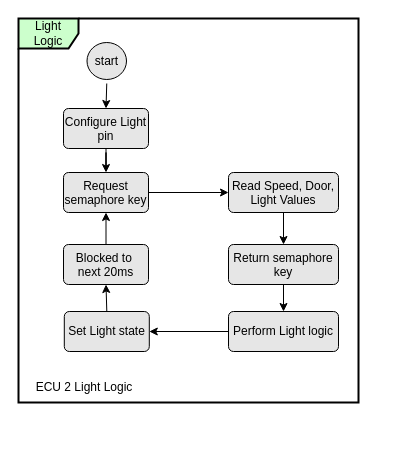
The draw.io diagram page "Light_Logic" (8 of 9) of 2-Dynamic_Deesign_State_Machine_Diagram.drawio in Mohamed-abdullah-hassan/EG-FWD_Automotive_door_control, before the edit. Source tidied: cells renumbered, new cells numbered last; positions are measured from the earlier drawing's top-left corner, leaving out a move shared by most shapes. Both pictures are drawn from the tidied source at 100%, with x=0, y=0 at pixel (18, 18).
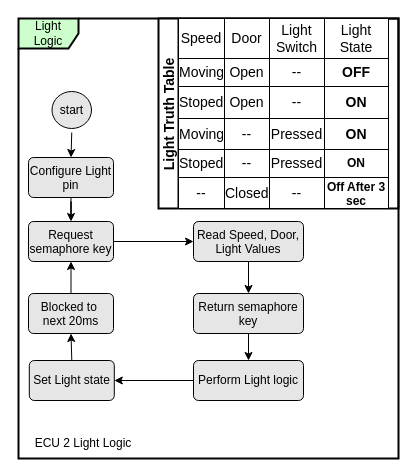
After the change.

Commit message (it also covers changes not shown here):
Added truth table for buzzer and light logic

What changed in the source:
```diff
@@
     <mxCell id="2" value="Light Logic" style="shape=umlFrame;whiteSpace=wrap;fillColor=#CCFFCC;strokeWidth=2;" parent="1" vertex="1">
-      <mxGeometry width="340" height="384" as="geometry" />
+      <mxGeometry width="380" height="440" as="geometry" />
     </mxCell>
+    <mxCell id="4" value="start" style="ellipse;html=1;shape=startState;fillColor=#E6E6E6;" parent="2" vertex="1">
+      <mxGeometry x="29.5" y="69" width="47.5" height="45" as="geometry" />
+    </mxCell>
+    <mxCell id="6" value="&lt;span style=&quot;&quot;&gt;Configure Light pin&lt;/span&gt;" style="html=1;align=center;verticalAlign=top;rounded=1;absoluteArcSize=1;arcSize=10;dashed=0;fillColor=#E6E6E6;whiteSpace=wrap;" parent="2" vertex="1">
+      <mxGeometry x="10" y="139" width="85" height="40" as="geometry" />
+    </mxCell>
@@
-    <mxCell id="4" value="start" style="ellipse;html=1;shape=startState;fillColor=#E6E6E6;" parent="2" vertex="1">
-      <mxGeometry x="64.5" y="20" width="47.5" height="45" as="geometry" />
-    </mxCell>
-    <mxCell id="5" style="edgeStyle=orthogonalEdgeStyle;rounded=0;jettySize=auto;html=1;" parent="2" edge="1" source="6" target="11">
-      <mxGeometry relative="1" as="geometry" />
-    </mxCell>
-    <mxCell id="6" value="&lt;span style=&quot;&quot;&gt;Configure Light pin&lt;/span&gt;" style="html=1;align=center;verticalAlign=top;rounded=1;absoluteArcSize=1;arcSize=10;dashed=0;fillColor=#E6E6E6;whiteSpace=wrap;" parent="2" vertex="1">
-      <mxGeometry x="45" y="90" width="85" height="40" as="geometry" />
-    </mxCell>
     <mxCell id="7" value="Read Speed, Door, Light Values" style="html=1;align=center;verticalAlign=top;rounded=1;absoluteArcSize=1;arcSize=10;dashed=0;fillColor=#E6E6E6;strokeColor=rgb(0, 0, 0);fontColor=rgb(0, 0, 0);whiteSpace=wrap;" parent="2" vertex="1">
-      <mxGeometry x="210" y="154" width="110" height="40" as="geometry" />
+      <mxGeometry x="175" y="203" width="110" height="40" as="geometry" />
     </mxCell>
-    <mxCell id="8" style="edgeStyle=orthogonalEdgeStyle;rounded=0;jettySize=auto;html=1;exitX=0.5;exitY=0;exitDx=0;exitDy=0;entryX=0.5;entryY=1;entryDx=0;entryDy=0;" parent="2" edge="1" source="9" target="11">
-      <mxGeometry relative="1" as="geometry" />
-    </mxCell>
     <mxCell id="9" value="Blocked to&amp;nbsp; next 20ms" style="html=1;align=center;verticalAlign=top;rounded=1;absoluteArcSize=1;arcSize=10;dashed=0;fillColor=#E6E6E6;strokeColor=rgb(0, 0, 0);fontColor=rgb(0, 0, 0);whiteSpace=wrap;" parent="2" vertex="1">
-      <mxGeometry x="45" y="226" width="85" height="40" as="geometry" />
+      <mxGeometry x="10" y="275" width="85" height="40" as="geometry" />
     </mxCell>
@@
     <mxCell id="11" value="Request semaphore key" style="html=1;align=center;verticalAlign=top;rounded=1;absoluteArcSize=1;arcSize=10;dashed=0;fillColor=#E6E6E6;whiteSpace=wrap;strokeColor=rgb(0, 0, 0);fontColor=rgb(0, 0, 0);" parent="2" vertex="1">
-      <mxGeometry x="45" y="154" width="85" height="40" as="geometry" />
+      <mxGeometry x="10" y="203" width="85" height="40" as="geometry" />
     </mxCell>
+    <mxCell id="5" style="edgeStyle=orthogonalEdgeStyle;rounded=0;jettySize=auto;html=1;" parent="2" edge="1" source="6" target="11">
+      <mxGeometry relative="1" as="geometry" />
+    </mxCell>
+    <mxCell id="8" style="edgeStyle=orthogonalEdgeStyle;rounded=0;jettySize=auto;html=1;exitX=0.5;exitY=0;exitDx=0;exitDy=0;entryX=0.5;entryY=1;entryDx=0;entryDy=0;" parent="2" edge="1" source="9" target="11">
+      <mxGeometry relative="1" as="geometry" />
+    </mxCell>
@@
     <mxCell id="13" value="Set Light state" style="html=1;align=center;verticalAlign=middle;rounded=1;absoluteArcSize=1;arcSize=10;dashed=0;fillColor=#E6E6E6;strokeColor=rgb(0, 0, 0);fontColor=rgb(0, 0, 0);whiteSpace=wrap;" parent="2" vertex="1">
-      <mxGeometry x="45.8" y="293" width="85" height="40" as="geometry" />
+      <mxGeometry x="10.8" y="342" width="85" height="40" as="geometry" />
     </mxCell>
     <mxCell id="14" value="Return semaphore key" style="html=1;align=center;verticalAlign=top;rounded=1;absoluteArcSize=1;arcSize=10;dashed=0;fillColor=#E6E6E6;strokeColor=rgb(0, 0, 0);fontColor=rgb(0, 0, 0);whiteSpace=wrap;" parent="2" vertex="1">
-      <mxGeometry x="210" y="226" width="110" height="40" as="geometry" />
+      <mxGeometry x="175" y="275" width="110" height="40" as="geometry" />
     </mxCell>
@@
     <mxCell id="16" value="Perform Light logic" style="html=1;align=center;verticalAlign=middle;rounded=1;absoluteArcSize=1;arcSize=10;dashed=0;fillColor=#E6E6E6;strokeColor=rgb(0, 0, 0);fontColor=rgb(0, 0, 0);whiteSpace=wrap;" parent="2" vertex="1">
-      <mxGeometry x="210" y="293" width="110" height="40" as="geometry" />
+      <mxGeometry x="175" y="342" width="110" height="40" as="geometry" />
     </mxCell>
@@
     <mxCell id="19" value="ECU 2 Light Logic" style="text;html=1;align=center;verticalAlign=middle;whiteSpace=wrap;rounded=0;" parent="2" vertex="1">
-      <mxGeometry x="0.8" y="354" width="130" height="30" as="geometry" />
+      <mxGeometry y="410" width="130" height="30" as="geometry" />
     </mxCell>
+    <mxCell id="20" value="Light Truth Table" style="swimlane;horizontal=0;strokeWidth=2;fontSize=14;startSize=20;" parent="2" vertex="1">
+      <mxGeometry x="140" width="240" height="190" as="geometry" />
+    </mxCell>
+    <mxCell id="21" style="shape=table;startSize=0;childLayout=tableLayout;strokeWidth=1;fontSize=14;" parent="20" vertex="1">
+      <mxGeometry x="20" width="210" height="190" as="geometry" />
+    </mxCell>
+    <mxCell id="22" style="shape=tableRow;horizontal=0;startSize=0;swimlaneHead=0;swimlaneBody=0;top=0;left=0;bottom=0;right=0;fillColor=none;strokeWidth=1;fontSize=14;" parent="21" vertex="1">
+      <mxGeometry width="210" height="40" as="geometry" />
+    </mxCell>
+    <mxCell id="23" value="Speed" style="shape=partialRectangle;html=1;whiteSpace=wrap;overflow=hidden;fillColor=none;top=0;left=0;bottom=0;right=0;strokeWidth=1;fontSize=14;startSize=0;" parent="22" vertex="1">
+      <mxGeometry width="46" height="40" as="geometry" />
+    </mxCell>
+    <mxCell id="24" value="Door" style="shape=partialRectangle;html=1;whiteSpace=wrap;overflow=hidden;fillColor=none;top=0;left=0;bottom=0;right=0;strokeWidth=1;fontSize=14;startSize=0;" parent="22" vertex="1">
+      <mxGeometry x="46" width="45" height="40" as="geometry" />
+    </mxCell>
+    <mxCell id="25" value="Light&lt;br&gt;Switch" style="shape=partialRectangle;html=1;whiteSpace=wrap;overflow=hidden;fillColor=none;top=0;left=0;bottom=0;right=0;strokeWidth=1;fontSize=14;startSize=0;" parent="22" vertex="1">
+      <mxGeometry x="91" width="55" height="40" as="geometry" />
+    </mxCell>
+    <mxCell id="26" value="Light&lt;br&gt;State" style="shape=partialRectangle;html=1;whiteSpace=wrap;overflow=hidden;fillColor=none;top=0;left=0;bottom=0;right=0;strokeWidth=1;fontSize=14;startSize=0;" parent="22" vertex="1">
+      <mxGeometry x="146" width="64" height="40" as="geometry" />
+    </mxCell>
+    <mxCell id="27" style="shape=tableRow;horizontal=0;startSize=0;swimlaneHead=0;swimlaneBody=0;top=0;left=0;bottom=0;right=0;fillColor=none;strokeWidth=1;fontSize=14;" parent="21" vertex="1">
+      <mxGeometry y="40" width="210" height="28" as="geometry" />
+    </mxCell>
+    <mxCell id="28" value="Moving" style="shape=partialRectangle;html=1;whiteSpace=wrap;overflow=hidden;fillColor=none;top=0;left=0;bottom=0;right=0;strokeWidth=1;fontSize=14;startSize=0;" parent="27" vertex="1">
+      <mxGeometry width="46" height="28" as="geometry" />
+    </mxCell>
+    <mxCell id="29" value="Open" style="shape=partialRectangle;html=1;whiteSpace=wrap;overflow=hidden;fillColor=none;top=0;left=0;bottom=0;right=0;strokeWidth=1;fontSize=14;startSize=0;" parent="27" vertex="1">
+      <mxGeometry x="46" width="45" height="28" as="geometry" />
+    </mxCell>
+    <mxCell id="30" value="--" style="shape=partialRectangle;html=1;whiteSpace=wrap;overflow=hidden;fillColor=none;top=0;left=0;bottom=0;right=0;strokeWidth=1;fontSize=14;startSize=0;" parent="27" vertex="1">
+      <mxGeometry x="91" width="55" height="28" as="geometry" />
+    </mxCell>
+    <mxCell id="31" value="OFF" style="shape=partialRectangle;html=1;whiteSpace=wrap;overflow=hidden;fillColor=none;top=0;left=0;bottom=0;right=0;strokeWidth=1;fontSize=14;startSize=0;fontStyle=1;" parent="27" vertex="1">
+      <mxGeometry x="146" width="64" height="28" as="geometry" />
+    </mxCell>
+    <mxCell id="32" style="shape=tableRow;horizontal=0;startSize=0;swimlaneHead=0;swimlaneBody=0;top=0;left=0;bottom=0;right=0;fillColor=none;strokeWidth=1;fontSize=14;" parent="21" vertex="1">
+      <mxGeometry y="68" width="210" height="32" as="geometry" />
+    </mxCell>
+    <mxCell id="33" value="Stoped" style="shape=partialRectangle;html=1;whiteSpace=wrap;overflow=hidden;fillColor=none;top=0;left=0;bottom=0;right=0;strokeWidth=1;fontSize=14;startSize=0;" parent="32" vertex="1">
+      <mxGeometry width="46" height="32" as="geometry" />
+    </mxCell>
+    <mxCell id="34" value="Open" style="shape=partialRectangle;html=1;whiteSpace=wrap;overflow=hidden;fillColor=none;top=0;left=0;bottom=0;right=0;strokeWidth=1;fontSize=14;startSize=0;" parent="32" vertex="1">
+      <mxGeometry x="46" width="45" height="32" as="geometry" />
+    </mxCell>
+    <mxCell id="35" value="--" style="shape=partialRectangle;html=1;whiteSpace=wrap;overflow=hidden;fillColor=none;top=0;left=0;bottom=0;right=0;strokeWidth=1;fontSize=14;startSize=0;" parent="32" vertex="1">
+      <mxGeometry x="91" width="55" height="32" as="geometry" />
+    </mxCell>
+    <mxCell id="36" value="ON" style="shape=partialRectangle;html=1;whiteSpace=wrap;overflow=hidden;fillColor=none;top=0;left=0;bottom=0;right=0;strokeWidth=1;fontSize=14;startSize=0;fontStyle=1;" parent="32" vertex="1">
+      <mxGeometry x="146" width="64" height="32" as="geometry" />
+    </mxCell>
+    <mxCell id="37" style="shape=tableRow;horizontal=0;startSize=0;swimlaneHead=0;swimlaneBody=0;top=0;left=0;bottom=0;right=0;fillColor=none;strokeWidth=1;fontSize=14;" parent="21" vertex="1">
+      <mxGeometry y="100" width="210" height="31" as="geometry" />
+    </mxCell>
+    <mxCell id="38" value="Moving" style="shape=partialRectangle;html=1;whiteSpace=wrap;overflow=hidden;fillColor=none;top=0;left=0;bottom=0;right=0;strokeWidth=1;fontSize=14;startSize=0;" parent="37" vertex="1">
+      <mxGeometry width="46" height="31" as="geometry" />
+    </mxCell>
+    <mxCell id="39" value="--" style="shape=partialRectangle;html=1;whiteSpace=wrap;overflow=hidden;fillColor=none;top=0;left=0;bottom=0;right=0;strokeWidth=1;fontSize=14;startSize=0;" parent="37" vertex="1">
+      <mxGeometry x="46" width="45" height="31" as="geometry" />
+    </mxCell>
+    <mxCell id="40" value="Pressed" style="shape=partialRectangle;html=1;whiteSpace=wrap;overflow=hidden;fillColor=none;top=0;left=0;bottom=0;right=0;strokeWidth=1;fontSize=14;startSize=0;" parent="37" vertex="1">
+      <mxGeometry x="91" width="55" height="31" as="geometry" />
+    </mxCell>
+    <mxCell id="41" value="ON" style="shape=partialRectangle;html=1;whiteSpace=wrap;overflow=hidden;fillColor=none;top=0;left=0;bottom=0;right=0;strokeWidth=1;fontSize=14;startSize=0;fontStyle=1;" parent="37" vertex="1">
+      <mxGeometry x="146" width="64" height="31" as="geometry" />
+    </mxCell>
+    <mxCell id="42" style="shape=tableRow;horizontal=0;startSize=0;swimlaneHead=0;swimlaneBody=0;top=0;left=0;bottom=0;right=0;fillColor=none;strokeWidth=1;fontSize=14;" parent="21" vertex="1">
+      <mxGeometry y="131" width="210" height="28" as="geometry" />
+    </mxCell>
+    <mxCell id="43" value="Stoped" style="shape=partialRectangle;html=1;whiteSpace=wrap;overflow=hidden;fillColor=none;top=0;left=0;bottom=0;right=0;strokeWidth=1;fontSize=14;startSize=0;" parent="42" vertex="1">
+      <mxGeometry width="46" height="28" as="geometry" />
+    </mxCell>
+    <mxCell id="44" value="--" style="shape=partialRectangle;html=1;whiteSpace=wrap;overflow=hidden;fillColor=none;top=0;left=0;bottom=0;right=0;strokeWidth=1;fontSize=14;startSize=0;" parent="42" vertex="1">
+      <mxGeometry x="46" width="45" height="28" as="geometry" />
+    </mxCell>
+    <mxCell id="45" value="Pressed" style="shape=partialRectangle;html=1;whiteSpace=wrap;overflow=hidden;fillColor=none;top=0;left=0;bottom=0;right=0;strokeWidth=1;fontSize=14;startSize=0;" parent="42" vertex="1">
+      <mxGeometry x="91" width="55" height="28" as="geometry" />
+    </mxCell>
+    <mxCell id="46" value="ON" style="shape=partialRectangle;html=1;whiteSpace=wrap;overflow=hidden;fillColor=none;top=0;left=0;bottom=0;right=0;strokeWidth=1;fontSize=12;startSize=0;fontStyle=1;" parent="42" vertex="1">
+      <mxGeometry x="146" width="64" height="28" as="geometry" />
+    </mxCell>
+    <mxCell id="47" style="shape=tableRow;horizontal=0;startSize=0;swimlaneHead=0;swimlaneBody=0;top=0;left=0;bottom=0;right=0;fillColor=none;strokeWidth=1;fontSize=14;" parent="21" vertex="1">
+      <mxGeometry y="159" width="210" height="31" as="geometry" />
+    </mxCell>
+    <mxCell id="48" value="--" style="shape=partialRectangle;html=1;whiteSpace=wrap;overflow=hidden;fillColor=none;top=0;left=0;bottom=0;right=0;strokeWidth=1;fontSize=14;startSize=0;" parent="47" vertex="1">
+      <mxGeometry width="46" height="31" as="geometry" />
+    </mxCell>
+    <mxCell id="49" value="Closed" style="shape=partialRectangle;html=1;whiteSpace=wrap;overflow=hidden;fillColor=none;top=0;left=0;bottom=0;right=0;strokeWidth=1;fontSize=14;startSize=0;" parent="47" vertex="1">
+      <mxGeometry x="46" width="45" height="31" as="geometry" />
+    </mxCell>
+    <mxCell id="50" value="--" style="shape=partialRectangle;html=1;whiteSpace=wrap;overflow=hidden;fillColor=none;top=0;left=0;bottom=0;right=0;strokeWidth=1;fontSize=14;startSize=0;" parent="47" vertex="1">
+      <mxGeometry x="91" width="55" height="31" as="geometry" />
+    </mxCell>
+    <mxCell id="51" value="Off After 3 sec" style="shape=partialRectangle;html=1;whiteSpace=wrap;overflow=hidden;fillColor=none;top=0;left=0;bottom=0;right=0;strokeWidth=1;fontSize=12;startSize=0;fontStyle=1;" parent="47" vertex="1">
+      <mxGeometry x="146" width="64" height="31" as="geometry" />
+    </mxCell>
```
